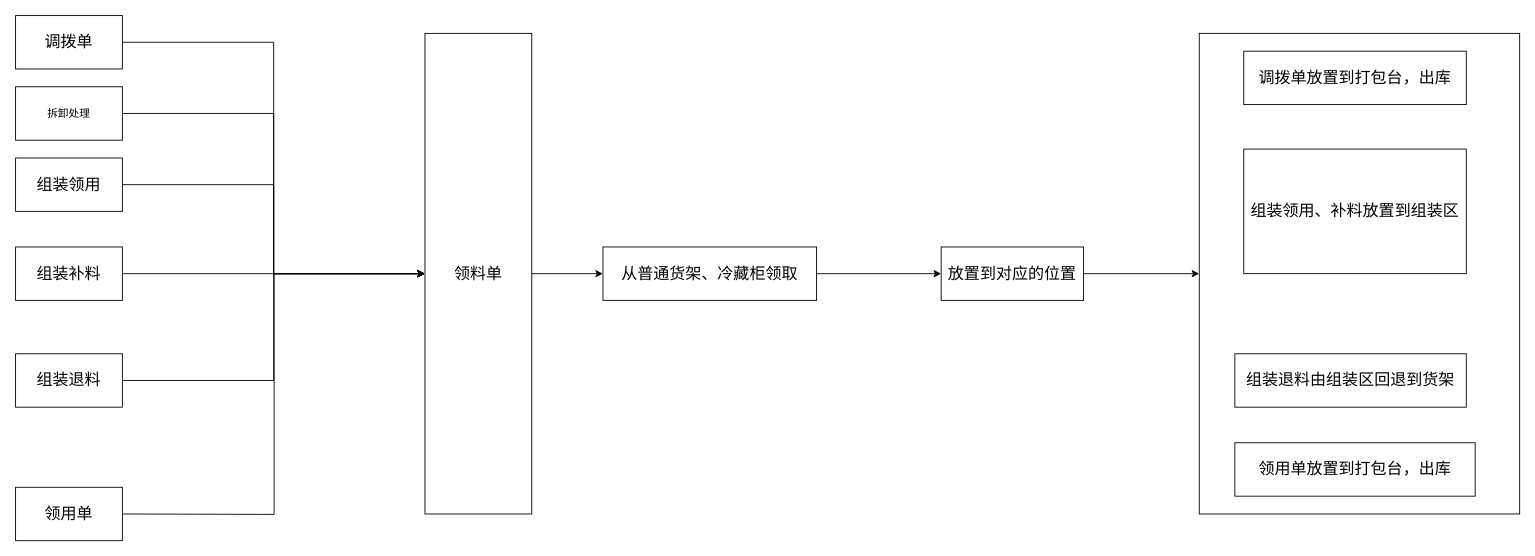
Before: 生产管理储位变化.drawio in linbingxing/mind, a draw.io diagram. Source tidied: cells renumbered, new cells numbered last; positions are measured from the earlier drawing's top-left corner, leaving out a move shared by most shapes. Both pictures are drawn from the tidied source at 89%, with x=0, y=0 at pixel (15, 15).
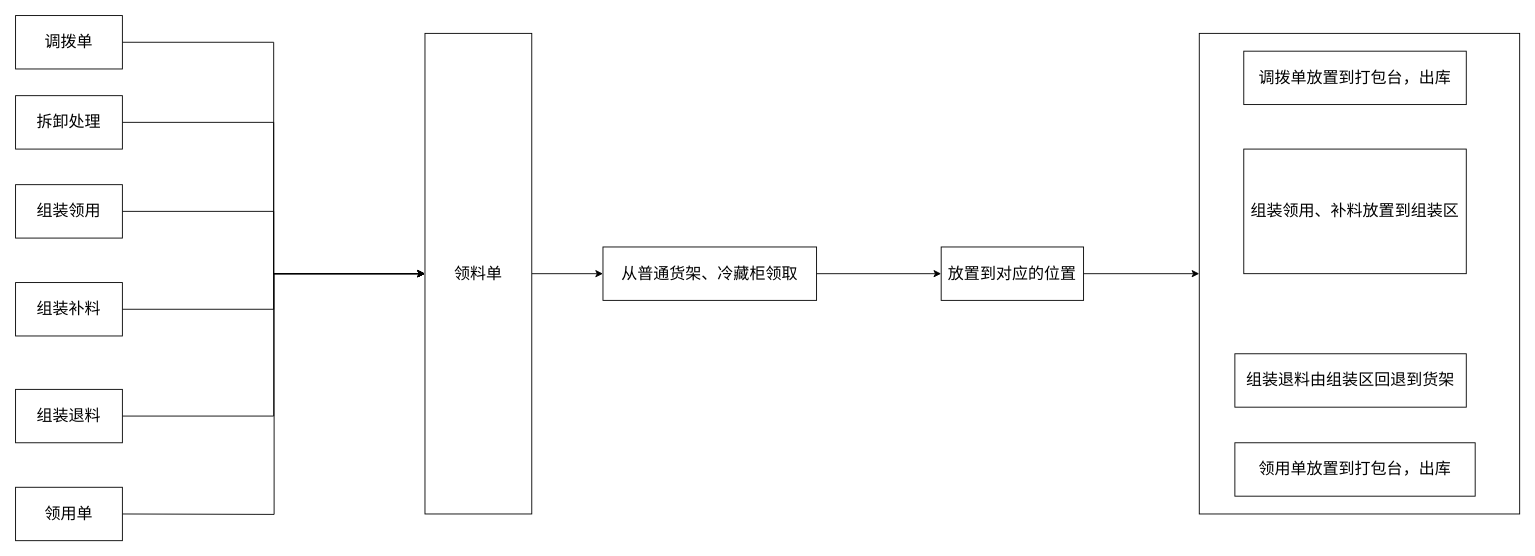
Above is the later version.

Commit message:
更新生产管理储位变化.drawio

Diff of the diagram source:
```diff
@@
     <mxCell id="7" value="组装领用" style="rounded=0;whiteSpace=wrap;html=1;fontSize=18;" parent="1" vertex="1">
-      <mxGeometry y="160" width="120" height="60" as="geometry" />
+      <mxGeometry y="190" width="120" height="60" as="geometry" />
     </mxCell>
@@
     <mxCell id="9" value="组装补料" style="rounded=0;whiteSpace=wrap;html=1;fontSize=18;" parent="1" vertex="1">
-      <mxGeometry y="260" width="120" height="60" as="geometry" />
+      <mxGeometry y="300" width="120" height="60" as="geometry" />
     </mxCell>
@@
     <mxCell id="11" value="组装退料" style="rounded=0;whiteSpace=wrap;html=1;fontSize=18;" parent="1" vertex="1">
-      <mxGeometry y="380" width="120" height="60" as="geometry" />
+      <mxGeometry y="420" width="120" height="60" as="geometry" />
     </mxCell>
@@
-    <mxCell id="24" value="拆卸处理" style="rounded=0;whiteSpace=wrap;html=1;" parent="1" vertex="1">
-      <mxGeometry y="80" width="120" height="60" as="geometry" />
+    <mxCell id="24" value="&lt;font style=&quot;font-size: 18px&quot;&gt;拆卸处理&lt;/font&gt;" style="rounded=0;whiteSpace=wrap;html=1;" parent="1" vertex="1">
+      <mxGeometry y="90" width="120" height="60" as="geometry" />
     </mxCell>
```
